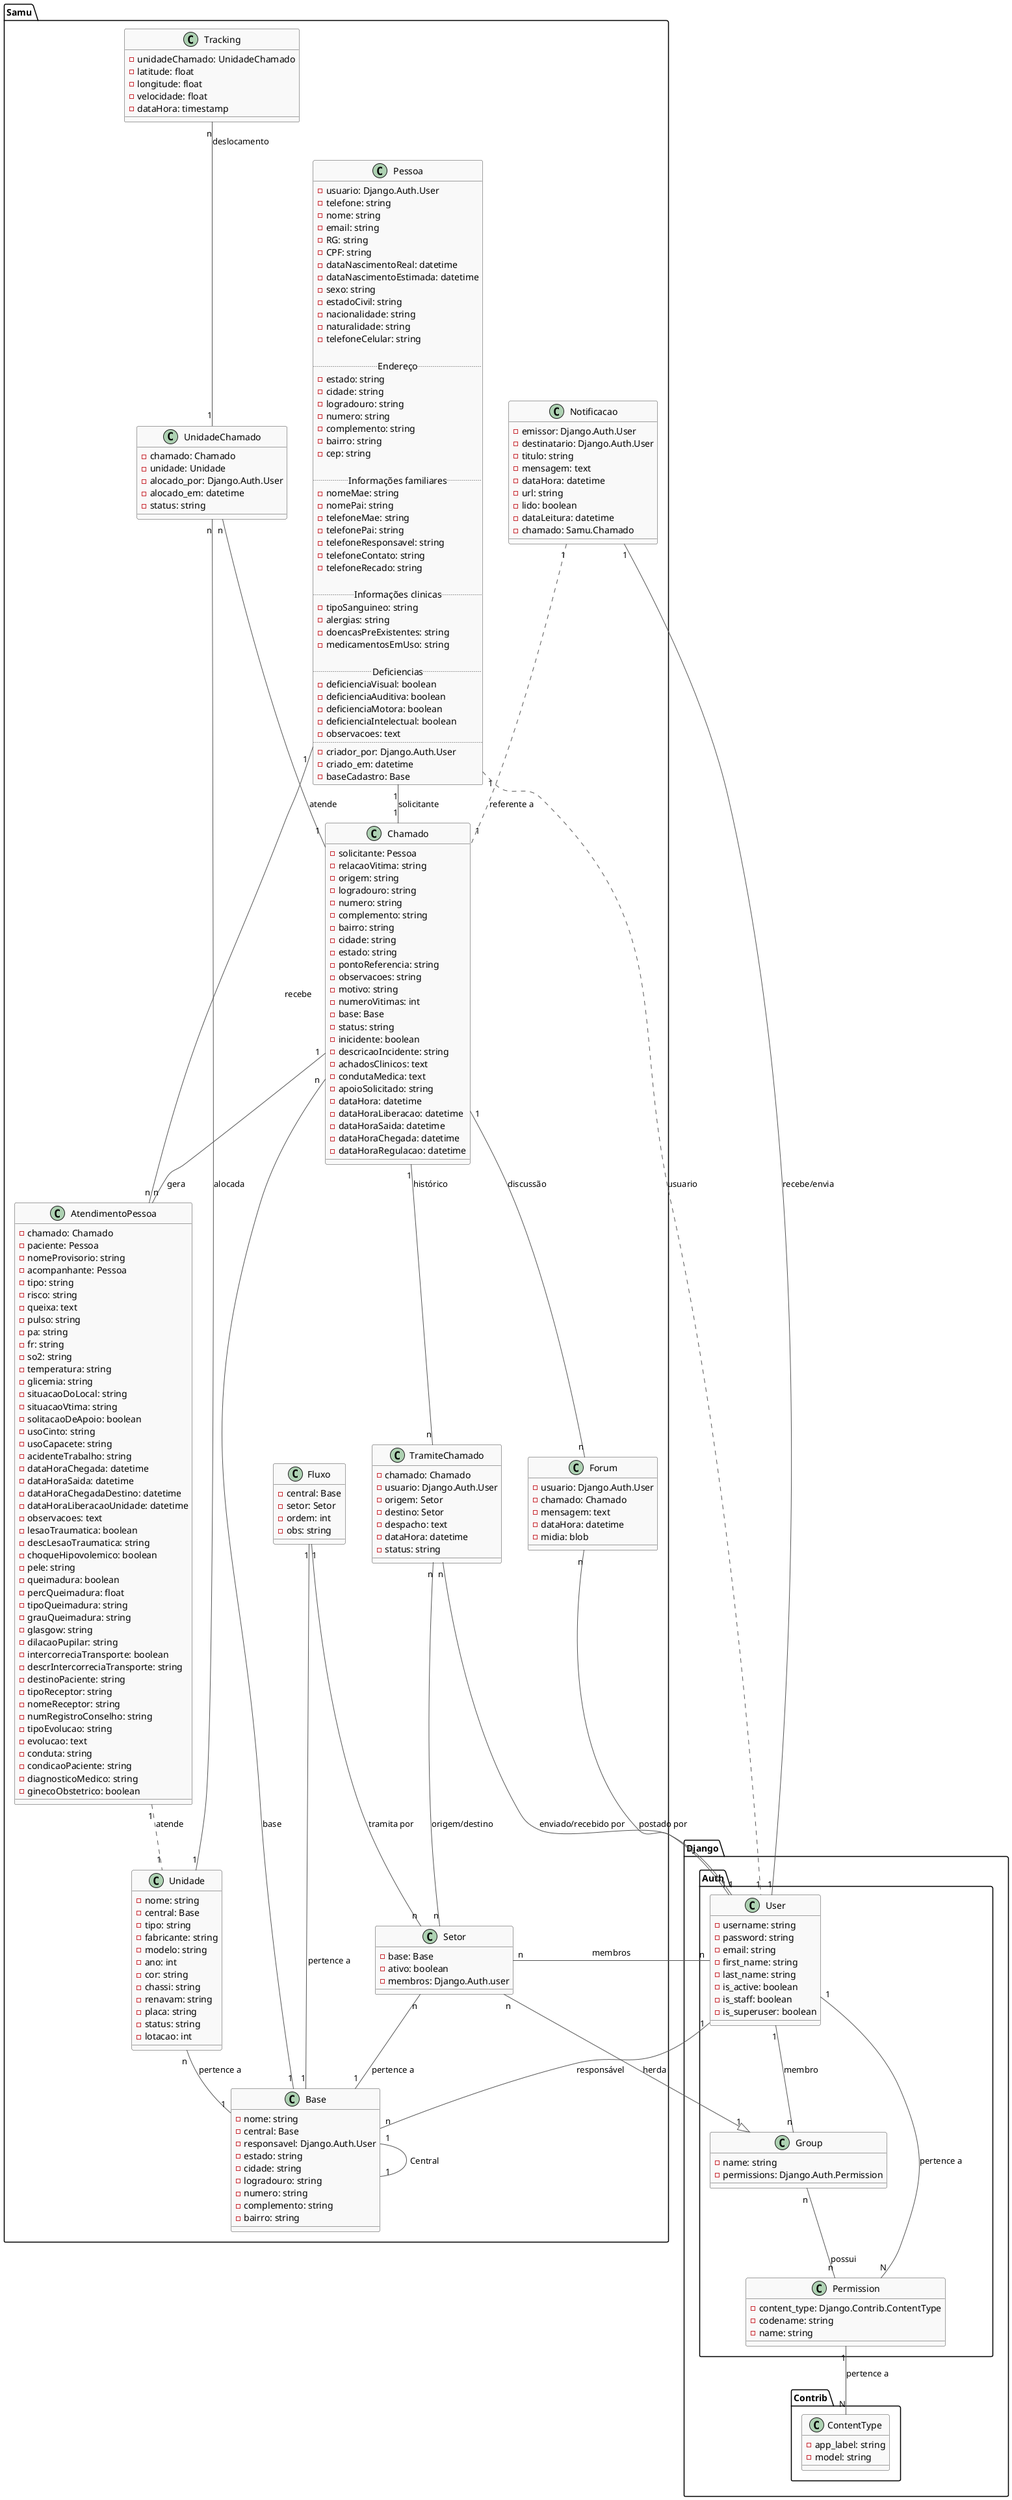
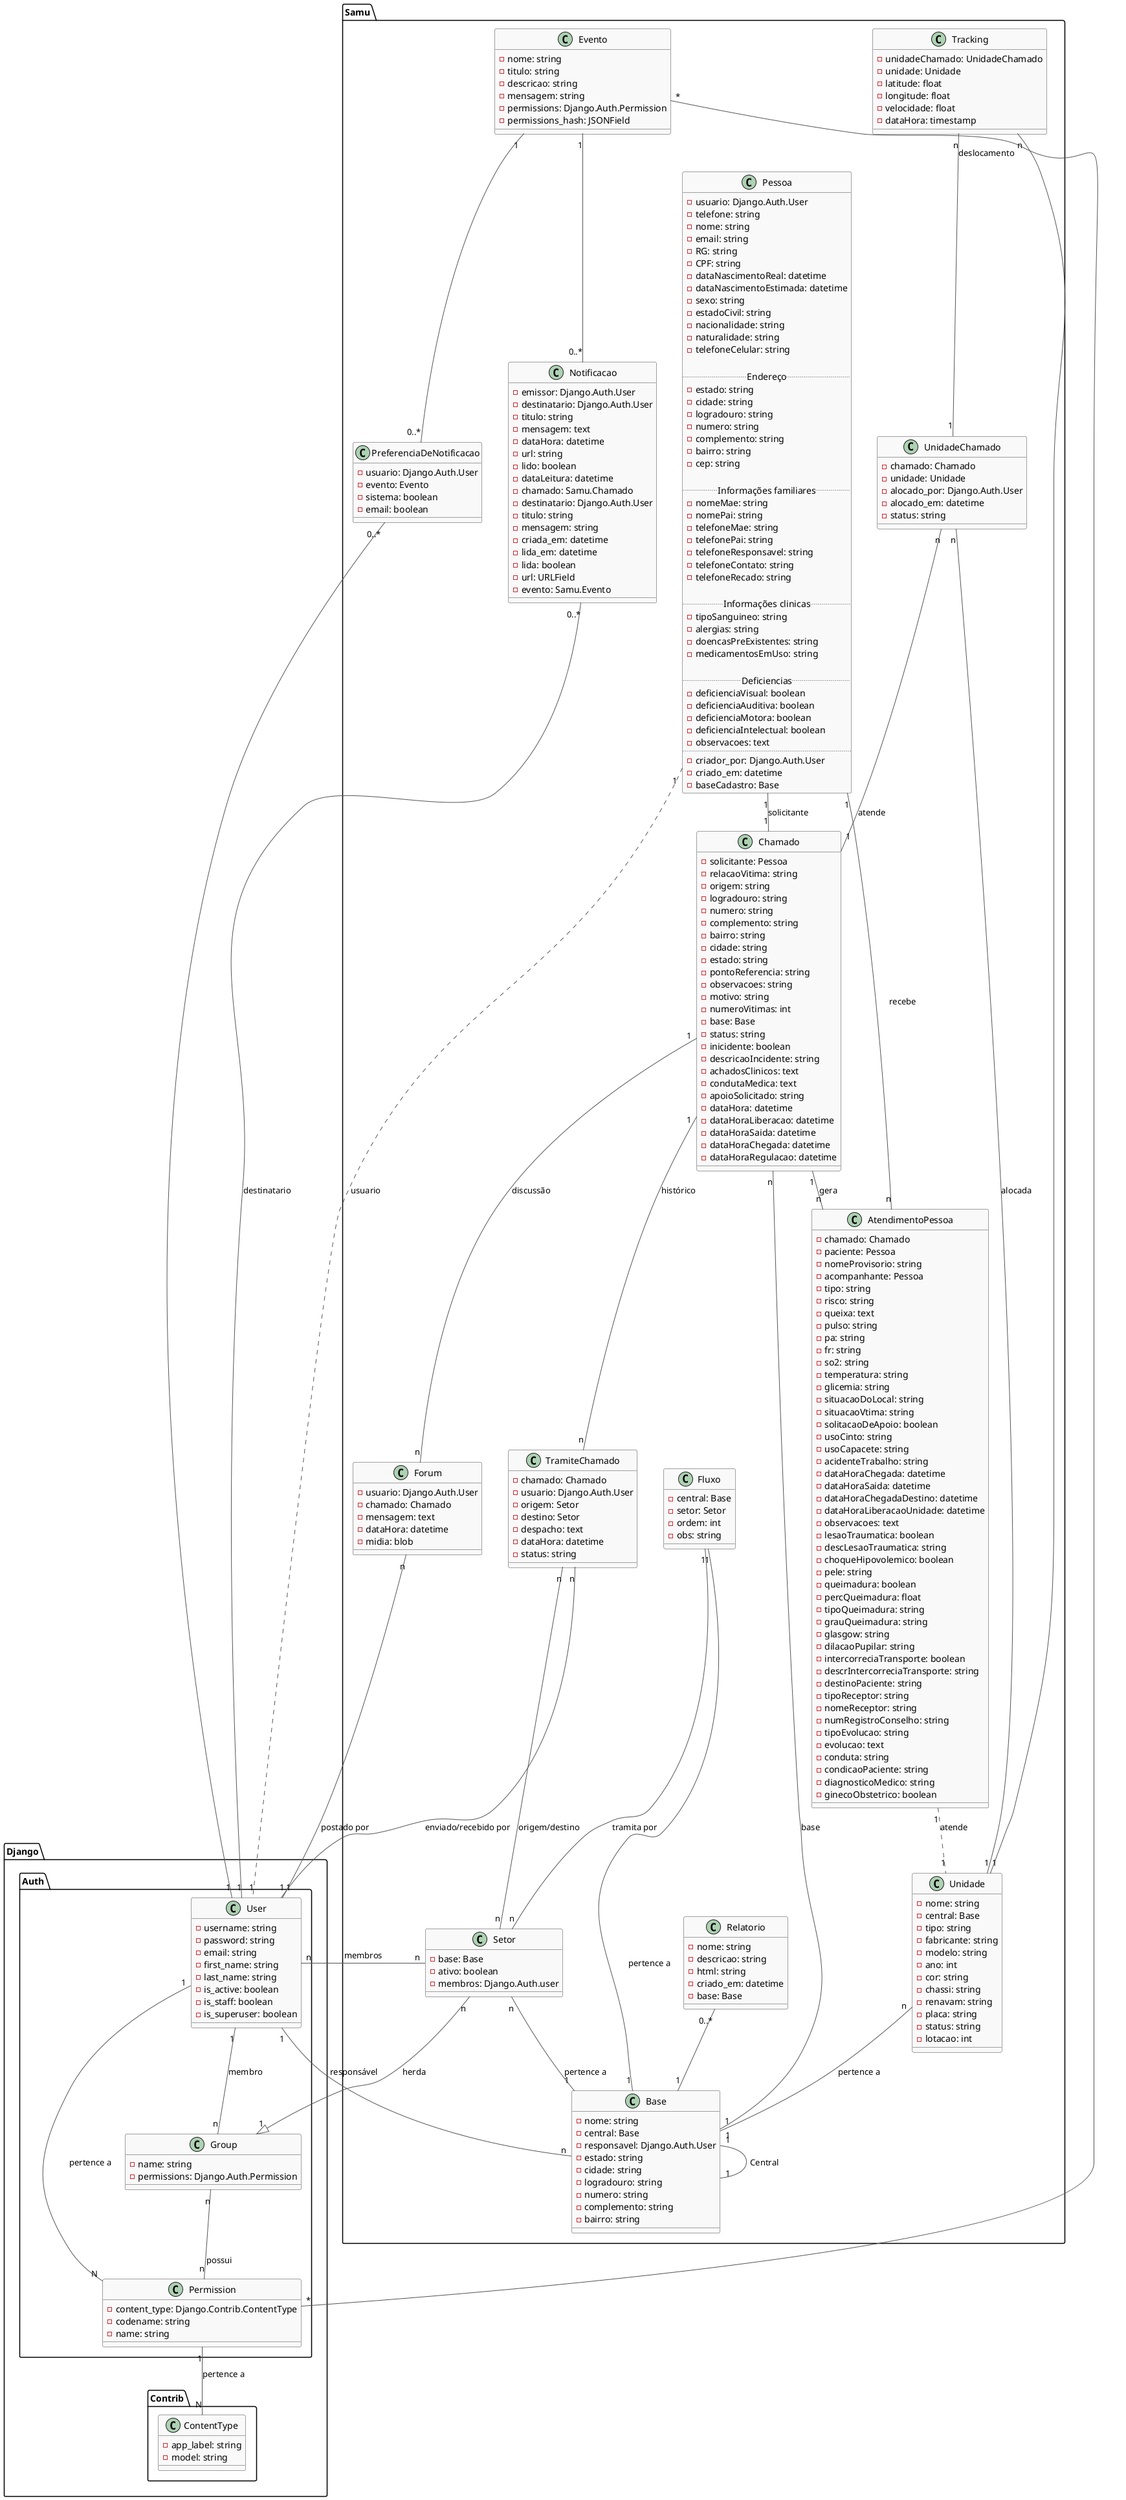
@startuml

' Configurações de estilo
skinparam classFontSize 14
skinparam nodesep 40
skinparam ranksep 40
skinparam classBackgroundColor #F9F9F9
skinparam classBorderColor #444444
skinparam classArrowColor #555555
skinparam noteBackgroundColor #FFF9C4
skinparam noteBorderColor #E0E0E0
skinparam noteFontSize 12

' Classes principais
class Samu.Base {
    - nome: string
    - central: Base
    - responsavel: Django.Auth.User
    - estado: string
    - cidade: string
    - logradouro: string
    - numero: string
    - complemento: string
    - bairro: string
}

class Samu.Setor {
    - base: Base
    - ativo: boolean
    - membros: Django.Auth.user
}

class Samu.Notificacao {
    - emissor: Django.Auth.User
    - destinatario: Django.Auth.User
    - titulo: string
    - mensagem: text
    - dataHora: datetime
    - url: string
    - lido: boolean
    - dataLeitura: datetime
    - chamado: Samu.Chamado
}

class Samu.Pessoa {
    - usuario: Django.Auth.User
    - telefone: string
    - nome: string
    - email: string
    - RG: string
    - CPF: string
    - dataNascimentoReal: datetime
    - dataNascimentoEstimada: datetime
    - sexo: string
    - estadoCivil: string
    - nacionalidade: string
    - naturalidade: string
    - telefoneCelular: string

    ..Endereço..
    - estado: string
    - cidade: string
    - logradouro: string
    - numero: string
    - complemento: string
    - bairro: string
    - cep: string

    ..Informações familiares..
    - nomeMae: string
    - nomePai: string
    - telefoneMae: string
    - telefonePai: string
    - telefoneResponsavel: string
    - telefoneContato: string
    - telefoneRecado: string

    ..Informações clinicas..
    - tipoSanguineo: string
    - alergias: string
    - doencasPreExistentes: string
    - medicamentosEmUso: string

    ..Deficiencias..
    - deficienciaVisual: boolean
    - deficienciaAuditiva: boolean
    - deficienciaMotora: boolean
    - deficienciaIntelectual: boolean
    - observacoes: text
    ....
    - criador_por: Django.Auth.User
    - criado_em: datetime
    - baseCadastro: Base
}

- class Samu.AtendimentoPessoa{
+ class Samu.AtendimentoPessoa {
    - chamado: Chamado
    - paciente: Pessoa
    - nomeProvisorio: string
    - acompanhante: Pessoa
    - tipo: string
    - risco: string
    - queixa: text
    - pulso: string
    - pa: string
    - fr: string
    - so2: string
    - temperatura: string
    - glicemia: string
    - situacaoDoLocal: string
    - situacaoVtima: string
    - solitacaoDeApoio: boolean
    - usoCinto: string
    - usoCapacete: string
    - acidenteTrabalho: string
    - dataHoraChegada: datetime
    - dataHoraSaida: datetime
    - dataHoraChegadaDestino: datetime
    - dataHoraLiberacaoUnidade: datetime
    - observacoes: text
    - lesaoTraumatica: boolean
    - descLesaoTraumatica: string
    - choqueHipovolemico: boolean
    - pele: string
    - queimadura: boolean
    - percQueimadura: float
    - tipoQueimadura: string
    - grauQueimadura: string
    - glasgow: string
    - dilacaoPupilar: string
    - intercorreciaTransporte: boolean
    - descrIntercorreciaTransporte: string
    - destinoPaciente: string
    - tipoReceptor: string
    - nomeReceptor: string
    - numRegistroConselho: string
    - tipoEvolucao: string
    - evolucao: text
    - conduta: string
    - condicaoPaciente: string
    - diagnosticoMedico: string
    - ginecoObstetrico: boolean
}

class Samu.Chamado {
    - solicitante: Pessoa
    - relacaoVitima: string
    - origem: string
    - logradouro: string
    - numero: string
    - complemento: string
    - bairro: string
    - cidade: string
    - estado: string
    - pontoReferencia: string
    - observacoes: string
    - motivo: string
    - numeroVitimas: int
    - base: Base
    - status: string
    - inicidente: boolean
    - descricaoIncidente: string
    - achadosClinicos: text
    - condutaMedica: text
    - apoioSolicitado: string
    - dataHora: datetime
    - dataHoraLiberacao: datetime
    - dataHoraSaida: datetime
    - dataHoraChegada: datetime
    - dataHoraRegulacao: datetime
}

class Samu.Forum {
    - usuario: Django.Auth.User
    - chamado: Chamado
    - mensagem: text
    - dataHora: datetime
    - midia: blob
}

class Samu.TramiteChamado {
    - chamado: Chamado
    - usuario: Django.Auth.User
    - origem: Setor
    - destino: Setor
    - despacho: text
    - dataHora: datetime
    - status: string
}

- class Samu.Unidade{
+ class Samu.Unidade {
    - nome: string
    - central: Base
    - tipo: string
    - fabricante: string
    - modelo: string
    - ano: int
    - cor: string
    - chassi: string
    - renavam: string
    - placa: string
    - status: string
    - lotacao: int
}

- class Samu.Fluxo{
+ class Samu.Fluxo {
    - central: Base
    - setor: Setor
    - ordem: int
    - obs: string
}

class Samu.UnidadeChamado {
    - chamado: Chamado
    - unidade: Unidade
    - alocado_por: Django.Auth.User
    - alocado_em: datetime
    - status: string
}

- class Samu.Tracking{
+ class Samu.Tracking {
    - unidadeChamado: UnidadeChamado
+     - unidade: Unidade
    - latitude: float
    - longitude: float
    - velocidade: float
    - dataHora: timestamp
+ }
+ 
+ class Samu.Evento {
+     - nome: string
+     - titulo: string
+     - descricao: string
+     - mensagem: string
+     - permissions: Django.Auth.Permission
+     - permissions_hash: JSONField
+ }
+ 
+ class Samu.Notificacao {
+     - destinatario: Django.Auth.User
+     - titulo: string
+     - mensagem: string
+     - criada_em: datetime
+     - lida_em: datetime
+     - lida: boolean
+     - url: URLField
+ 	- evento: Samu.Evento
+ }
+ 
+ class Samu.PreferenciaDeNotificacao {
+     - usuario: Django.Auth.User
+     - evento: Evento
+     - sistema: boolean
+     - email: boolean
+ }
+ 
+ class Samu.Relatorio {
+     - nome: string
+     - descricao: string
+     - html: string
+     - criado_em: datetime
+     - base: Base
}

' Relacionamentos
' Herdado do Django.Auth.User
class Django.Auth.User {
    - username: string
    - password: string
    - email: string
    - first_name: string
    - last_name: string
    - is_active: boolean
    - is_staff: boolean
    - is_superuser: boolean
}
class Django.Auth.Group {
    - name: string
    - permissions: Django.Auth.Permission
}
class Django.Auth.Permission {
    - content_type: Django.Contrib.ContentType
    - codename: string
    - name: string
}
class Django.Contrib.ContentType {
    - app_label: string
    - model: string
}

' Relacionamentos
Django.Auth.User "1" -- "n" Django.Auth.Group : "membro"
Django.Auth.Group "n" -- "n" Django.Auth.Permission : "possui"
Django.Auth.Permission "1" -- "N" Django.Contrib.ContentType : "pertence a"
Django.Auth.Permission "N" -- "1" Django.Auth.User : "pertence a"

Django.Auth.User "n" -- "n" Setor : "membros"

Base "1" -- "1" Base : "Central"
Base "n" -- "1" Django.Auth.User : "responsável"

Setor "n" -- "1" Base : "pertence a"
Setor "n" --|> "1" Django.Auth.Group : "herda"


Pessoa "1" -- "n" AtendimentoPessoa : "recebe"
Pessoa "1" -- "1" Chamado : "solicitante"
Pessoa "1" .. "1" Django.Auth.User : "usuario"

Chamado "1" -- "n" AtendimentoPessoa : "gera"
Chamado "n" -- "1" Base : "base"
Chamado "1" -- "n" Forum : "discussão"
Chamado "1" -- "n" TramiteChamado : "histórico"

Fluxo "1" -- "1" Base : "pertence a"
Fluxo "1" -- "n" Setor : "tramita por"

Tracking "n" -- "1" UnidadeChamado : "deslocamento"
+ Tracking "n" -- "1" Unidade

Forum "n" -- "1" Django.Auth.User : "postado por"

TramiteChamado "n" -- "1" Django.Auth.User : "enviado/recebido por"
TramiteChamado "n" -- "n" Setor : "origem/destino"

Unidade "n" -- "1" Base : "pertence a"
UnidadeChamado "n" -- "1" Chamado : "atende"
UnidadeChamado "n" -- "1" Unidade : "alocada"

AtendimentoPessoa "1" .. "1" Unidade : "atende"

- Notificacao "1" -- "1" Django.Auth.User : "recebe/envia"
- Notificacao "1" .. "1" Chamado : "referente a"
+ Evento "1" -- "0..*" PreferenciaDeNotificacao
+ Evento "1" -- "0..*" Notificacao
+ Evento "*" -- "*" Django.Auth.Permission
+ User "1" -- "0..*" PreferenciaDeNotificacao
+ Notificacao "0..*" -- "1" Django.Auth.User : destinatario
+ 
+ Relatorio "0..*" -- "1" Base

@enduml